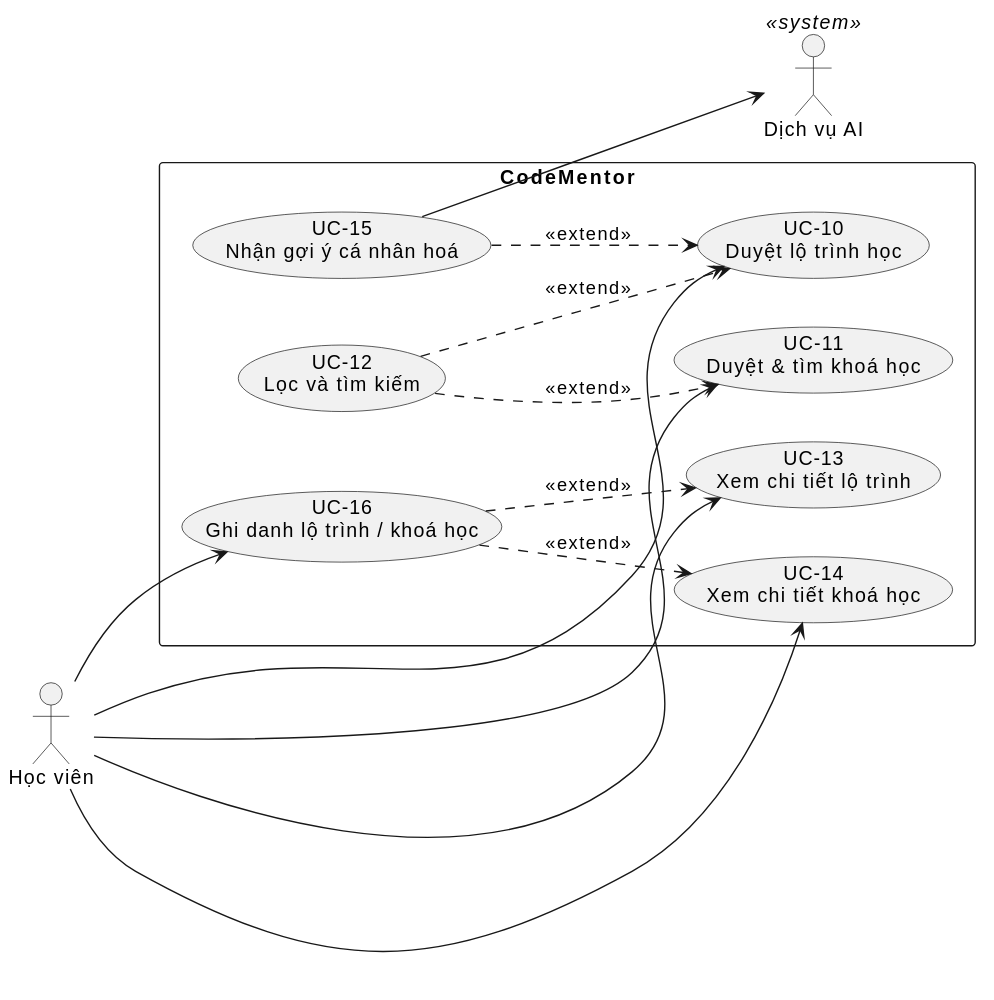
The PlantUML diagram docs/diagrams/p2-discovery.svg in codementor-official/codementor-infra, before a commit.
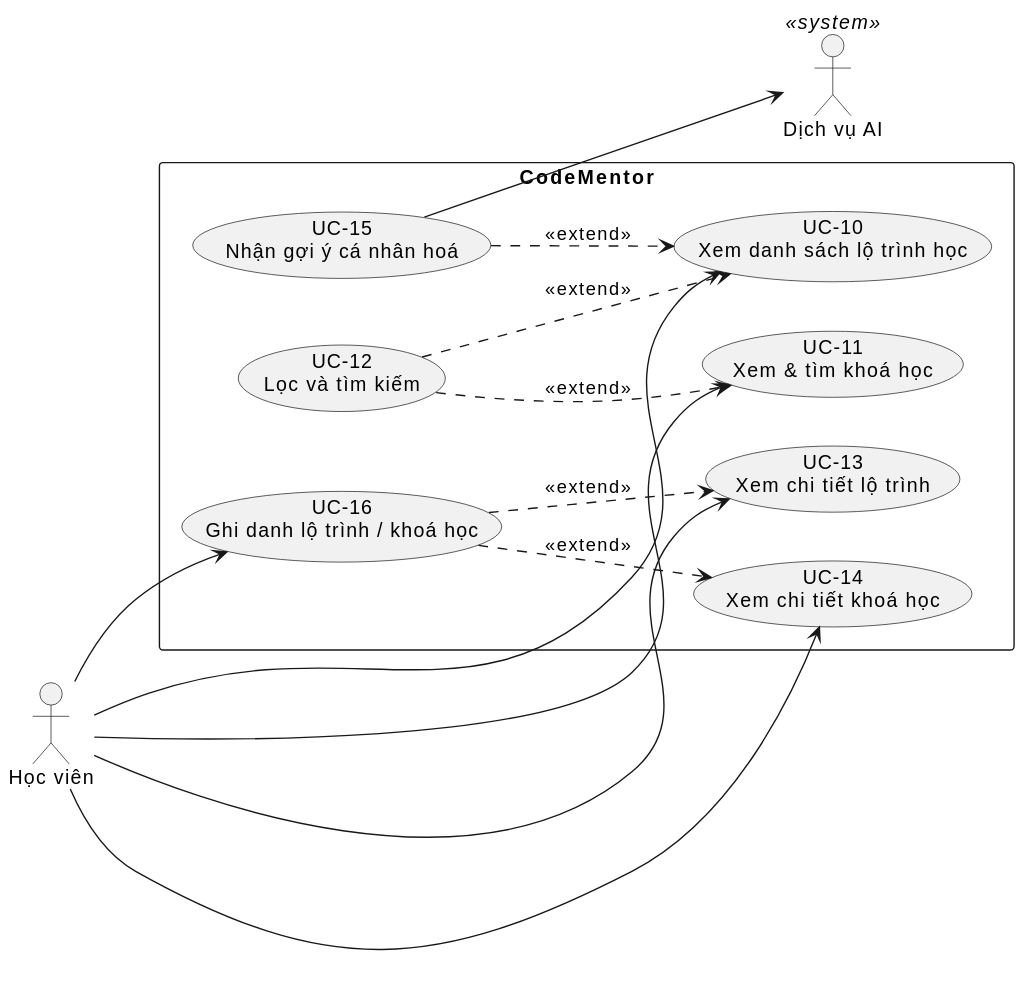
After the commit.

What changed in the source:
```diff
@@ -3,8 +3,8 @@
 actor "Học viên" as Learner
 
 rectangle "CodeMentor" {
-  usecase "UC-10\nDuyệt lộ trình học" as UC10
-  usecase "UC-11\nDuyệt & tìm khoá học" as UC11
+  usecase "UC-10\nXem danh sách lộ trình học" as UC10
+  usecase "UC-11\nXem & tìm khoá học" as UC11
   usecase "UC-12\nLọc và tìm kiếm" as UC12
   usecase "UC-13\nXem chi tiết lộ trình" as UC13
   usecase "UC-14\nXem chi tiết khoá học" as UC14
```
